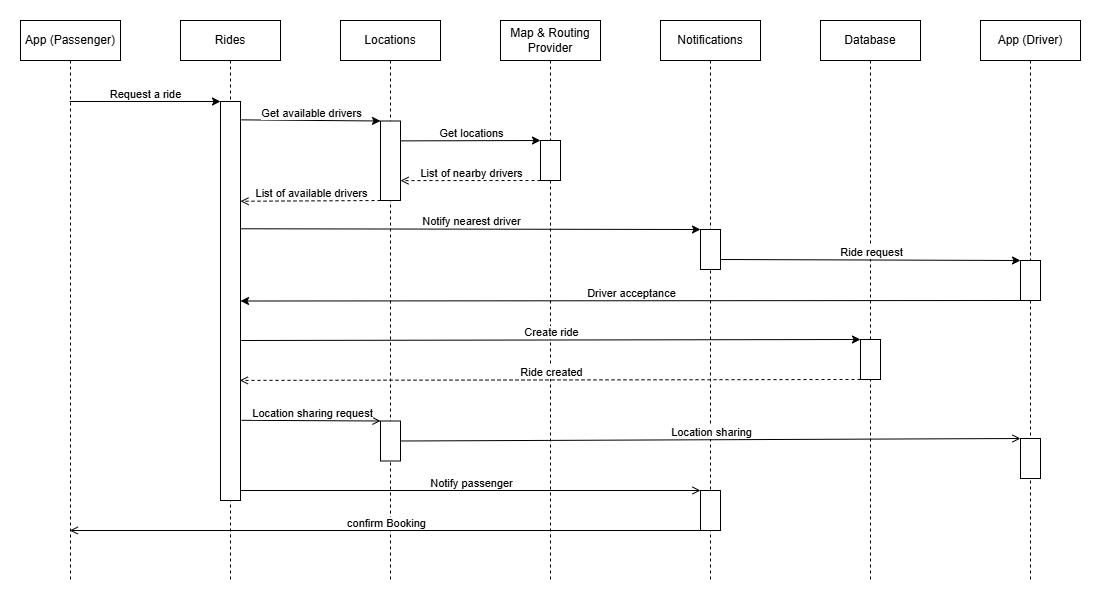
Above: EN/images/06_booking.png in erionpolisi/rideshare-drop_arc42 (draw.io), before the change. Source tidied: cells renumbered, new cells last; positions are measured from the earlier drawing's top-left corner, leaving out a move shared by most shapes. Its diagram source:
```xml
<mxGraphModel>
  <root>
    <mxCell id="0" />
    <mxCell id="1" parent="0" />
    <mxCell id="2" value="App (Passenger)" style="shape=umlLifeline;perimeter=lifelinePerimeter;whiteSpace=wrap;html=1;outlineConnect=0;portConstraint=eastwest;newEdgeStyle={&quot;curved&quot;:0,&quot;rounded&quot;:0};" parent="1" vertex="1">
      <mxGeometry width="100" height="560" as="geometry" />
    </mxCell>
    <mxCell id="3" value="Rides" style="shape=umlLifeline;perimeter=lifelinePerimeter;whiteSpace=wrap;html=1;newEdgeStyle={&quot;curved&quot;:0,&quot;rounded&quot;:0};" parent="1" vertex="1">
      <mxGeometry x="160" width="100" height="560" as="geometry" />
    </mxCell>
    <mxCell id="4" value="Locations" style="shape=umlLifeline;perimeter=lifelinePerimeter;whiteSpace=wrap;html=1;newEdgeStyle={&quot;curved&quot;:0,&quot;rounded&quot;:0};" parent="1" vertex="1">
      <mxGeometry x="320" width="100" height="560" as="geometry" />
    </mxCell>
    <mxCell id="5" value="&lt;div&gt;Map &amp;amp; Routing&lt;/div&gt;&lt;div&gt;Provider&lt;/div&gt;" style="shape=umlLifeline;perimeter=lifelinePerimeter;whiteSpace=wrap;html=1;newEdgeStyle={&quot;curved&quot;:0,&quot;rounded&quot;:0};" parent="1" vertex="1">
      <mxGeometry x="480" width="100" height="560" as="geometry" />
    </mxCell>
    <mxCell id="6" value="Database" style="shape=umlLifeline;perimeter=lifelinePerimeter;whiteSpace=wrap;html=1;newEdgeStyle={&quot;curved&quot;:0,&quot;rounded&quot;:0};" parent="1" vertex="1">
      <mxGeometry x="800" width="100" height="560" as="geometry" />
    </mxCell>
    <mxCell id="7" value="App (Driver)" style="shape=umlLifeline;perimeter=lifelinePerimeter;whiteSpace=wrap;html=1;newEdgeStyle={&quot;curved&quot;:0,&quot;rounded&quot;:0};" parent="1" vertex="1">
      <mxGeometry x="960" width="100" height="560" as="geometry" />
    </mxCell>
    <mxCell id="8" style="rounded=0;whiteSpace=wrap;html=1;" parent="1" vertex="1">
      <mxGeometry x="200" y="81" width="20" height="399" as="geometry" />
    </mxCell>
    <mxCell id="9" style="rounded=0;whiteSpace=wrap;html=1;" parent="1" vertex="1">
      <mxGeometry x="360" y="100.5" width="20" height="79.5" as="geometry" />
    </mxCell>
    <mxCell id="10" style="rounded=0;whiteSpace=wrap;html=1;" parent="1" vertex="1">
      <mxGeometry x="520" y="120" width="20" height="40" as="geometry" />
    </mxCell>
    <mxCell id="11" style="rounded=0;whiteSpace=wrap;html=1;" parent="1" vertex="1">
      <mxGeometry x="1000" y="240" width="20" height="40" as="geometry" />
    </mxCell>
    <mxCell id="12" value="Notifications" style="shape=umlLifeline;perimeter=lifelinePerimeter;whiteSpace=wrap;html=1;newEdgeStyle={&quot;curved&quot;:0,&quot;rounded&quot;:0};" parent="1" vertex="1">
      <mxGeometry x="640" width="100" height="560" as="geometry" />
    </mxCell>
    <mxCell id="13" style="endArrow=classic;html=1;rounded=0;exitX=1.036;exitY=0.046;exitDx=0;exitDy=0;exitPerimeter=0;entryX=0;entryY=0;entryDx=0;entryDy=0;" parent="1" edge="1" source="8" target="9">
      <mxGeometry relative="1" as="geometry" />
    </mxCell>
    <mxCell id="14" value="Get available drivers" style="edgeLabel;html=1;align=center;verticalAlign=middle;" parent="13" vertex="1">
      <mxGeometry relative="1" as="geometry">
        <mxPoint y="-8" as="offset" />
      </mxGeometry>
    </mxCell>
    <mxCell id="15" style="endArrow=classic;html=1;rounded=0;entryX=0;entryY=0;entryDx=0;entryDy=0;" parent="1" edge="1" source="2" target="8">
      <mxGeometry relative="1" as="geometry" />
    </mxCell>
    <mxCell id="16" value="Request a ride" style="edgeLabel;html=1;align=center;verticalAlign=middle;" parent="15" vertex="1">
      <mxGeometry relative="1" as="geometry">
        <mxPoint y="-8" as="offset" />
      </mxGeometry>
    </mxCell>
    <mxCell id="17" style="endArrow=classic;html=1;rounded=0;exitX=1;exitY=0.25;exitDx=0;exitDy=0;entryX=0;entryY=0;entryDx=0;entryDy=0;" parent="1" edge="1" source="9" target="10">
      <mxGeometry relative="1" as="geometry" />
    </mxCell>
    <mxCell id="18" value="Get locations" style="edgeLabel;html=1;align=center;verticalAlign=middle;" parent="17" vertex="1">
      <mxGeometry relative="1" as="geometry">
        <mxPoint y="-8" as="offset" />
      </mxGeometry>
    </mxCell>
    <mxCell id="19" style="endArrow=open;html=1;rounded=0;endFill=0;dashed=1;exitX=0;exitY=1;exitDx=0;exitDy=0;entryX=1;entryY=0.75;entryDx=0;entryDy=0;" parent="1" edge="1" source="10" target="9">
      <mxGeometry relative="1" as="geometry" />
    </mxCell>
    <mxCell id="20" value="List of nearby drivers" style="edgeLabel;html=1;align=center;verticalAlign=middle;" parent="19" vertex="1">
      <mxGeometry relative="1" as="geometry">
        <mxPoint y="-8" as="offset" />
      </mxGeometry>
    </mxCell>
    <mxCell id="21" style="endArrow=open;html=1;rounded=0;endFill=0;dashed=1;exitX=0;exitY=1;exitDx=0;exitDy=0;entryX=1;entryY=0.25;entryDx=0;entryDy=0;" parent="1" edge="1" source="9" target="8">
      <mxGeometry relative="1" as="geometry" />
    </mxCell>
    <mxCell id="22" value="List of available drivers" style="edgeLabel;html=1;align=center;verticalAlign=middle;" parent="21" vertex="1">
      <mxGeometry relative="1" as="geometry">
        <mxPoint y="-8" as="offset" />
      </mxGeometry>
    </mxCell>
    <mxCell id="23" style="endArrow=classic;html=1;rounded=0;exitX=1.03;exitY=0.319;exitDx=0;exitDy=0;exitPerimeter=0;entryX=0;entryY=0;entryDx=0;entryDy=0;" parent="1" edge="1" source="8" target="29">
      <mxGeometry relative="1" as="geometry" />
    </mxCell>
    <mxCell id="24" value="Notify nearest driver" style="edgeLabel;html=1;align=center;verticalAlign=middle;" parent="23" vertex="1">
      <mxGeometry relative="1" as="geometry">
        <mxPoint y="-8" as="offset" />
      </mxGeometry>
    </mxCell>
    <mxCell id="25" style="endArrow=classic;html=1;rounded=0;exitX=1;exitY=0.75;exitDx=0;exitDy=0;entryX=0;entryY=0;entryDx=0;entryDy=0;" parent="1" edge="1" source="29" target="11">
      <mxGeometry relative="1" as="geometry" />
    </mxCell>
    <mxCell id="26" value="Ride request" style="edgeLabel;html=1;align=center;verticalAlign=middle;" parent="25" vertex="1">
      <mxGeometry relative="1" as="geometry">
        <mxPoint y="-8" as="offset" />
      </mxGeometry>
    </mxCell>
    <mxCell id="27" style="endArrow=classic;html=1;rounded=0;endFill=1;exitX=0;exitY=1;exitDx=0;exitDy=0;entryX=1;entryY=0.5;entryDx=0;entryDy=0;" parent="1" edge="1" source="11" target="8">
      <mxGeometry relative="1" as="geometry" />
    </mxCell>
    <mxCell id="28" value="Driver acceptance" style="edgeLabel;html=1;align=center;verticalAlign=middle;" parent="27" vertex="1">
      <mxGeometry relative="1" as="geometry">
        <mxPoint y="-8" as="offset" />
      </mxGeometry>
    </mxCell>
    <mxCell id="29" style="rounded=0;whiteSpace=wrap;html=1;" parent="1" vertex="1">
      <mxGeometry x="680" y="209" width="20" height="40" as="geometry" />
    </mxCell>
    <mxCell id="30" style="rounded=0;whiteSpace=wrap;html=1;" parent="1" vertex="1">
      <mxGeometry x="840" y="319" width="20" height="40" as="geometry" />
    </mxCell>
    <mxCell id="31" style="endArrow=classic;html=1;rounded=0;entryX=0;entryY=0;entryDx=0;entryDy=0;exitX=1.038;exitY=0.599;exitDx=0;exitDy=0;exitPerimeter=0;" parent="1" edge="1" source="8" target="30">
      <mxGeometry relative="1" as="geometry" />
    </mxCell>
    <mxCell id="32" value="Create ride" style="edgeLabel;html=1;align=center;verticalAlign=middle;" parent="31" vertex="1">
      <mxGeometry relative="1" as="geometry">
        <mxPoint y="-8" as="offset" />
      </mxGeometry>
    </mxCell>
    <mxCell id="33" style="endArrow=open;html=1;rounded=0;endFill=0;dashed=1;exitX=0;exitY=1;exitDx=0;exitDy=0;entryX=0.967;entryY=0.699;entryDx=0;entryDy=0;entryPerimeter=0;" parent="1" edge="1" source="30" target="8">
      <mxGeometry relative="1" as="geometry" />
    </mxCell>
    <mxCell id="34" value="Ride created" style="edgeLabel;html=1;align=center;verticalAlign=middle;" parent="33" vertex="1">
      <mxGeometry relative="1" as="geometry">
        <mxPoint y="-8" as="offset" />
      </mxGeometry>
    </mxCell>
    <mxCell id="35" style="rounded=0;whiteSpace=wrap;html=1;" parent="1" vertex="1">
      <mxGeometry x="360" y="400.5" width="20" height="40" as="geometry" />
    </mxCell>
    <mxCell id="36" style="rounded=0;whiteSpace=wrap;html=1;" parent="1" vertex="1">
      <mxGeometry x="680" y="470" width="20" height="40" as="geometry" />
    </mxCell>
    <mxCell id="37" style="endArrow=open;html=1;rounded=0;endFill=0;entryX=0;entryY=0;entryDx=0;entryDy=0;exitX=1.05;exitY=0.799;exitDx=0;exitDy=0;exitPerimeter=0;" parent="1" edge="1" source="8" target="35">
      <mxGeometry relative="1" as="geometry" />
    </mxCell>
    <mxCell id="38" value="Location sharing request" style="edgeLabel;html=1;align=center;verticalAlign=middle;" parent="37" vertex="1">
      <mxGeometry relative="1" as="geometry">
        <mxPoint y="-8" as="offset" />
      </mxGeometry>
    </mxCell>
    <mxCell id="39" style="endArrow=open;html=1;rounded=0;endFill=0;entryX=0;entryY=0;entryDx=0;entryDy=0;exitX=1;exitY=0.5;exitDx=0;exitDy=0;" parent="1" edge="1" source="35" target="45">
      <mxGeometry relative="1" as="geometry" />
    </mxCell>
    <mxCell id="40" value="Location sharing" style="edgeLabel;html=1;align=center;verticalAlign=middle;" parent="39" vertex="1">
      <mxGeometry relative="1" as="geometry">
        <mxPoint y="-8" as="offset" />
      </mxGeometry>
    </mxCell>
    <mxCell id="41" style="endArrow=open;html=1;rounded=0;endFill=0;entryX=0;entryY=0;entryDx=0;entryDy=0;" parent="1" edge="1" target="36">
      <mxGeometry relative="1" as="geometry">
        <mxPoint x="220" y="470" as="sourcePoint" />
      </mxGeometry>
    </mxCell>
    <mxCell id="42" value="Notify passenger" style="edgeLabel;html=1;align=center;verticalAlign=middle;" parent="41" vertex="1">
      <mxGeometry relative="1" as="geometry">
        <mxPoint y="-8" as="offset" />
      </mxGeometry>
    </mxCell>
    <mxCell id="43" style="endArrow=open;html=1;rounded=0;endFill=0;exitX=0;exitY=1;exitDx=0;exitDy=0;" parent="1" edge="1" source="36" target="2">
      <mxGeometry relative="1" as="geometry" />
    </mxCell>
    <mxCell id="44" value="confirm Booking" style="edgeLabel;html=1;align=center;verticalAlign=middle;" parent="43" vertex="1">
      <mxGeometry relative="1" as="geometry">
        <mxPoint y="-8" as="offset" />
      </mxGeometry>
    </mxCell>
    <mxCell id="45" style="rounded=0;whiteSpace=wrap;html=1;" parent="1" vertex="1">
      <mxGeometry x="1000" y="418" width="20" height="40" as="geometry" />
    </mxCell>
  </root>
</mxGraphModel>
```
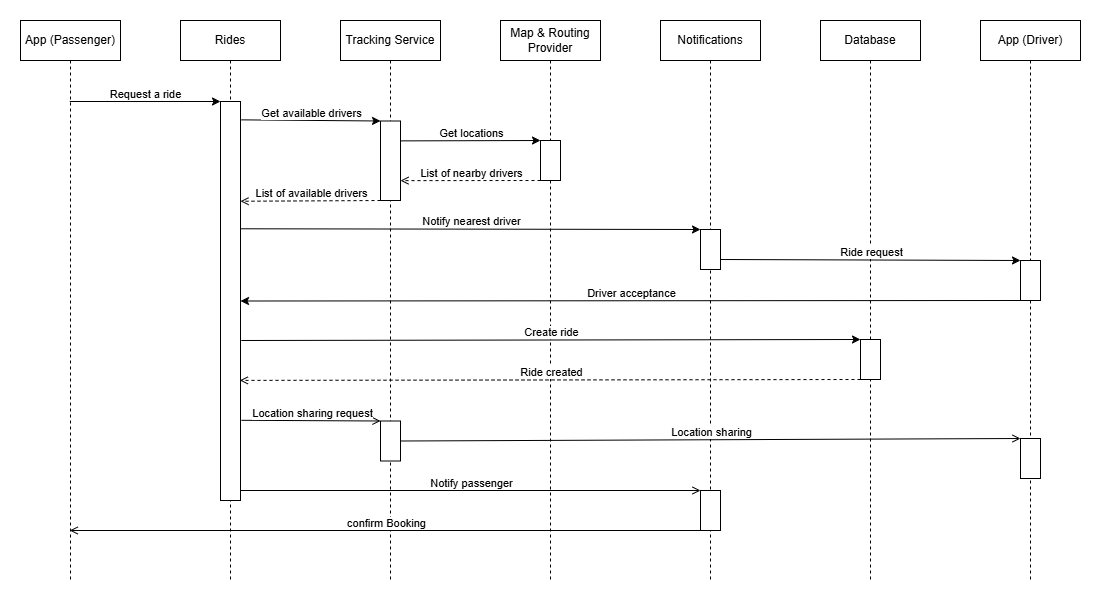
The same diagram one commit later.

Diff of the diagram source:
```diff
@@ -8,7 +8,7 @@
     <mxCell id="3" value="Rides" style="shape=umlLifeline;perimeter=lifelinePerimeter;whiteSpace=wrap;html=1;newEdgeStyle={&quot;curved&quot;:0,&quot;rounded&quot;:0};" parent="1" vertex="1">
       <mxGeometry x="160" width="100" height="560" as="geometry" />
     </mxCell>
-    <mxCell id="4" value="Locations" style="shape=umlLifeline;perimeter=lifelinePerimeter;whiteSpace=wrap;html=1;newEdgeStyle={&quot;curved&quot;:0,&quot;rounded&quot;:0};" parent="1" vertex="1">
+    <mxCell id="4" value="Tracking Service" style="shape=umlLifeline;perimeter=lifelinePerimeter;whiteSpace=wrap;html=1;newEdgeStyle={&quot;curved&quot;:0,&quot;rounded&quot;:0};" parent="1" vertex="1">
       <mxGeometry x="320" width="100" height="560" as="geometry" />
     </mxCell>
     <mxCell id="5" value="&lt;div&gt;Map &amp;amp; Routing&lt;/div&gt;&lt;div&gt;Provider&lt;/div&gt;" style="shape=umlLifeline;perimeter=lifelinePerimeter;whiteSpace=wrap;html=1;newEdgeStyle={&quot;curved&quot;:0,&quot;rounded&quot;:0};" parent="1" vertex="1">
```
